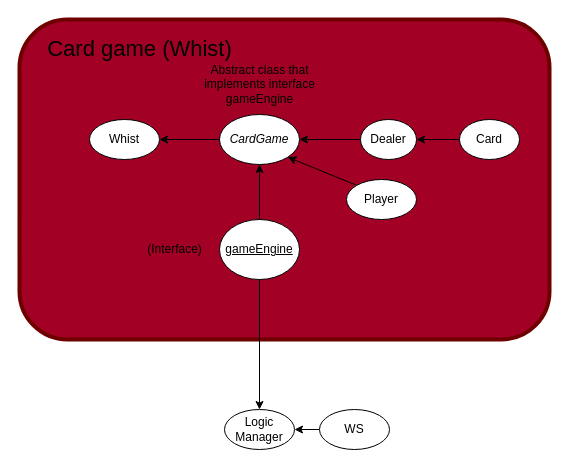
The draw.io diagram DesignKlasseDiagram.drawio in MarcusBou/KortKlubben, before the edit. Source tidied: cells renumbered, new cells numbered last; positions are measured from the earlier drawing's top-left corner, leaving out a move shared by most shapes. Both pictures are drawn from the tidied source at 100%, with x=0, y=0 at pixel (19, 19).
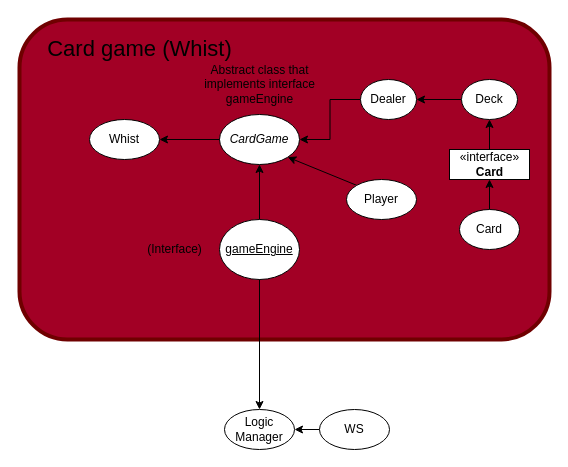
The same diagram, later.

The change refers to these unchanged cells:
```xml
<mxCell id="4" value="&lt;i&gt;CardGame&lt;/i&gt;" style="ellipse;whiteSpace=wrap;html=1;" parent="1" vertex="1">
  <mxGeometry x="200" y="95" width="80" height="50" as="geometry" />
</mxCell>
```

Change to the diagram source:
```diff
@@
-    <mxCell id="10" style="edgeStyle=orthogonalEdgeStyle;rounded=0;jettySize=auto;html=1;exitX=0;exitY=0.5;exitDx=0;exitDy=0;entryX=1;entryY=0.5;entryDx=0;entryDy=0;" parent="1" edge="1" source="11" target="4">
+    <mxCell id="10" style="edgeStyle=orthogonalEdgeStyle;rounded=0;jettySize=auto;html=1;entryX=1;entryY=0.5;entryDx=0;entryDy=0;exitX=0;exitY=0.5;exitDx=0;exitDy=0;" parent="1" edge="1" source="22" target="4">
       <mxGeometry relative="1" as="geometry" />
     </mxCell>
+    <mxCell id="21" style="edgeStyle=orthogonalEdgeStyle;rounded=0;jettySize=auto;html=1;" parent="1" edge="1" source="11" target="22">
+      <mxGeometry relative="1" as="geometry" />
+    </mxCell>
-    <mxCell id="11" value="Dealer" style="ellipse;whiteSpace=wrap;html=1;" parent="1" vertex="1">
-      <mxGeometry x="341" y="100" width="56" height="40" as="geometry" />
+    <mxCell id="11" value="Deck" style="ellipse;whiteSpace=wrap;html=1;" parent="1" vertex="1">
+      <mxGeometry x="442" y="60" width="56" height="40" as="geometry" />
     </mxCell>
-    <mxCell id="12" style="edgeStyle=orthogonalEdgeStyle;rounded=0;jettySize=auto;html=1;exitX=0;exitY=0.5;exitDx=0;exitDy=0;" parent="1" edge="1" source="13" target="11">
+    <mxCell id="12" style="edgeStyle=orthogonalEdgeStyle;rounded=0;jettySize=auto;html=1;exitX=0.5;exitY=0;exitDx=0;exitDy=0;entryX=0.5;entryY=1;entryDx=0;entryDy=0;" parent="1" edge="1" source="13" target="24">
       <mxGeometry relative="1" as="geometry" />
     </mxCell>
     <mxCell id="13" value="Card" style="ellipse;whiteSpace=wrap;html=1;" parent="1" vertex="1">
-      <mxGeometry x="440" y="100" width="60" height="40" as="geometry" />
+      <mxGeometry x="440" y="190" width="60" height="40" as="geometry" />
     </mxCell>
@@
+    <mxCell id="22" value="Dealer" style="ellipse;whiteSpace=wrap;html=1;" parent="1" vertex="1">
+      <mxGeometry x="341" y="60" width="56" height="40" as="geometry" />
+    </mxCell>
+    <mxCell id="23" style="edgeStyle=orthogonalEdgeStyle;rounded=0;jettySize=auto;html=1;" parent="1" edge="1" source="24" target="11">
+      <mxGeometry relative="1" as="geometry" />
+    </mxCell>
+    <mxCell id="24" value="«interface»&lt;br&gt;&lt;b&gt;Card&lt;/b&gt;" style="html=1;" parent="1" vertex="1">
+      <mxGeometry x="430" y="130" width="80" height="30" as="geometry" />
+    </mxCell>
```
